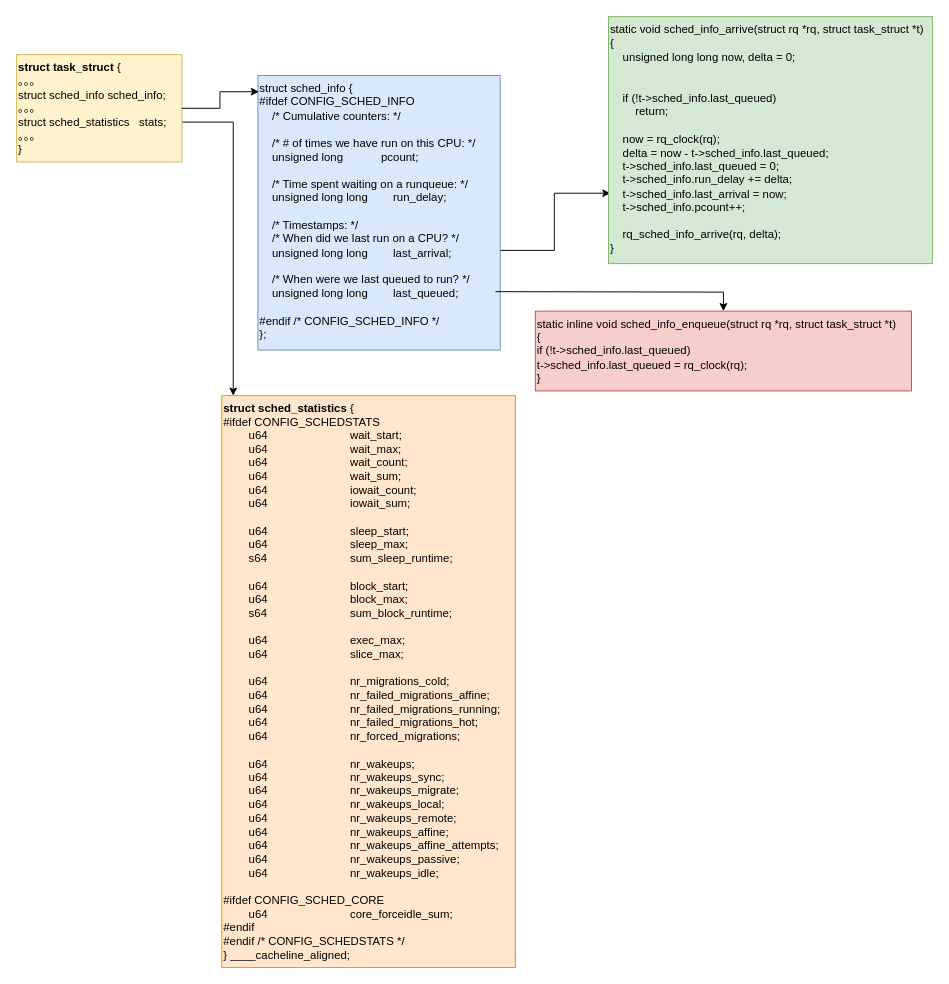
The draw.io diagram page "schedule" (3 of 5) of kernel.drawio in chentao-kernel/drawio, before the edit. Source tidied: cells renumbered, new cells numbered last; positions are measured from the earlier drawing's top-left corner, leaving out a move shared by most shapes. Both pictures are drawn from the tidied source at 95%, with x=0, y=0 at pixel (16, 16).
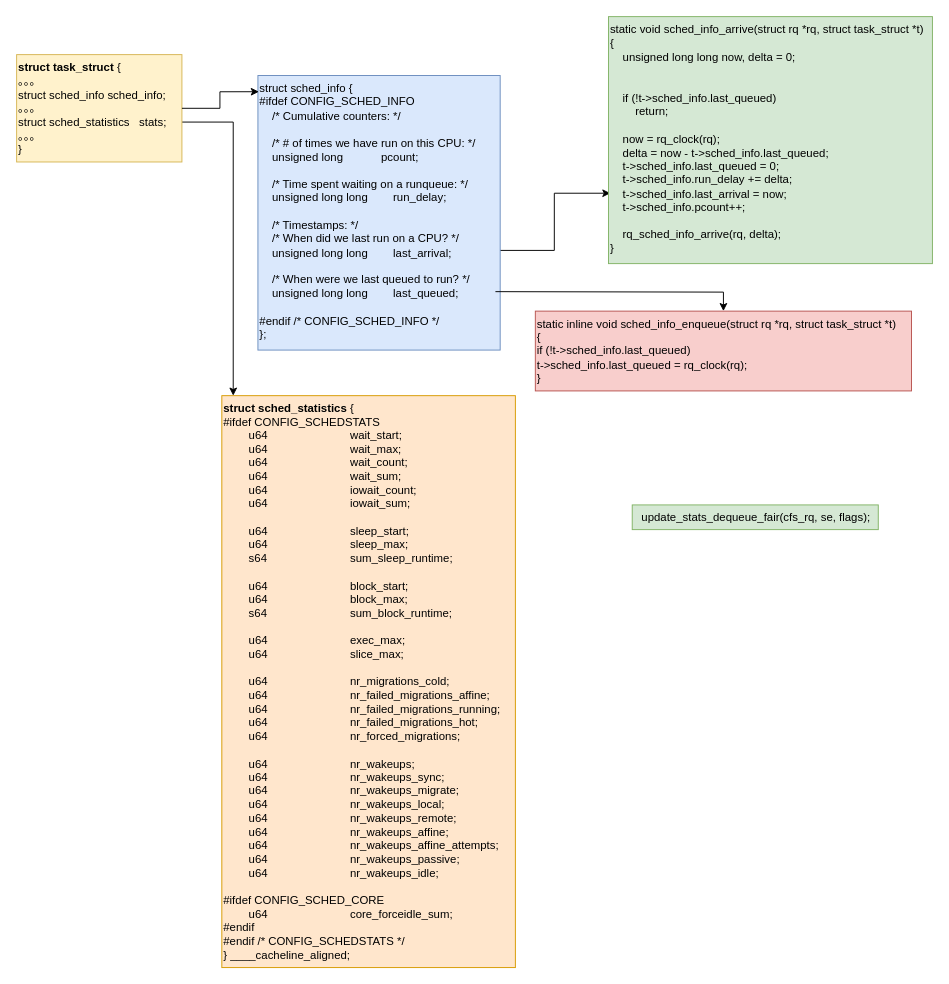
The same page after the edit.

Change to the diagram source:
```diff
@@
 <mxGraphModel>
   <root>
     <mxCell id="0" />
     <mxCell id="1" parent="0" />
     <mxCell id="2" style="edgeStyle=orthogonalEdgeStyle;rounded=0;jettySize=auto;html=1;exitX=0.992;exitY=0.637;exitDx=0;exitDy=0;exitPerimeter=0;entryX=0.006;entryY=0.715;entryDx=0;entryDy=0;entryPerimeter=0;" parent="1" edge="1" source="3" target="7">
       <mxGeometry relative="1" as="geometry" />
     </mxCell>
     <mxCell id="3" value="struct sched_info {&#10;#ifdef CONFIG_SCHED_INFO&#10;    /* Cumulative counters: */&#10;&#10;    /* # of times we have run on this CPU: */&#10;    unsigned long            pcount;&#10;&#10;    /* Time spent waiting on a runqueue: */&#10;    unsigned long long        run_delay;&#10;&#10;    /* Timestamps: */&#10;    /* When did we last run on a CPU? */&#10;    unsigned long long        last_arrival;&#10;&#10;    /* When were we last queued to run? */&#10;    unsigned long long        last_queued;&#10;&#10;#endif /* CONFIG_SCHED_INFO */&#10;};" style="text;whiteSpace=wrap;align=left;fontStyle=0;fillColor=#dae8fc;strokeColor=#6c8ebf;" parent="1" vertex="1">
       <mxGeometry x="254" y="62" width="255" height="289" as="geometry" />
     </mxCell>
     <mxCell id="4" style="edgeStyle=orthogonalEdgeStyle;rounded=0;jettySize=auto;html=1;" parent="1" edge="1" source="5" target="10">
       <mxGeometry relative="1" as="geometry">
         <Array as="points">
           <mxPoint x="228" y="111" />
         </Array>
       </mxGeometry>
     </mxCell>
     <mxCell id="5" value="&lt;b&gt;struct task_struct&lt;/b&gt; {&lt;div&gt;。。。&lt;/div&gt;&lt;div&gt;struct sched_info sched_info;&lt;br&gt;&lt;/div&gt;&lt;div&gt;。。。&lt;/div&gt;&lt;div&gt;struct sched_statistics&amp;nbsp; &amp;nbsp;stats;&lt;br&gt;&lt;/div&gt;&lt;div&gt;。。。&lt;/div&gt;&lt;div&gt;}&lt;/div&gt;" style="text;html=1;align=left;verticalAlign=middle;points=[];strokeColor=#d6b656;fillColor=#fff2cc;" parent="1" vertex="1">
       <mxGeometry y="40" width="174" height="113" as="geometry" />
     </mxCell>
     <mxCell id="6" style="edgeStyle=orthogonalEdgeStyle;rounded=0;jettySize=auto;html=1;entryX=0.004;entryY=0.059;entryDx=0;entryDy=0;entryPerimeter=0;" parent="1" edge="1" source="5" target="3">
       <mxGeometry relative="1" as="geometry" />
     </mxCell>
     <mxCell id="7" value="static void sched_info_arrive(struct rq *rq, struct task_struct *t)&#10;{&#10;    unsigned long long now, delta = 0;&#10;&#10;&#10;    if (!t-&gt;sched_info.last_queued)&#10;        return;&#10;&#10;    now = rq_clock(rq);&#10;    delta = now - t-&gt;sched_info.last_queued;&#10;    t-&gt;sched_info.last_queued = 0;&#10;    t-&gt;sched_info.run_delay += delta;&#10;    t-&gt;sched_info.last_arrival = now;&#10;    t-&gt;sched_info.pcount++;&#10;&#10;    rq_sched_info_arrive(rq, delta);&#10;}" style="text;whiteSpace=wrap;fillColor=#d5e8d4;strokeColor=#82b366;" parent="1" vertex="1">
       <mxGeometry x="623" width="341" height="260" as="geometry" />
     </mxCell>
     <mxCell id="8" value="static inline void sched_info_enqueue(struct rq *rq, struct task_struct *t)&lt;br&gt;{&lt;br&gt;&#9;if (!t-&amp;gt;sched_info.last_queued)&lt;br&gt;&#9;&#9;t-&amp;gt;sched_info.last_queued = rq_clock(rq);&lt;br&gt;}" style="text;html=1;align=left;verticalAlign=middle;points=[];strokeColor=#b85450;fillColor=#f8cecc;" parent="1" vertex="1">
       <mxGeometry x="546" y="310" width="396" height="84" as="geometry" />
     </mxCell>
     <mxCell id="9" style="edgeStyle=orthogonalEdgeStyle;rounded=0;jettySize=auto;html=1;" parent="1" edge="1" target="8">
       <mxGeometry relative="1" as="geometry">
         <mxPoint x="504" y="289.5" as="sourcePoint" />
       </mxGeometry>
     </mxCell>
     <mxCell id="10" value="&lt;div&gt;&lt;b&gt;struct sched_statistics&lt;/b&gt; {&lt;/div&gt;&lt;div&gt;#ifdef CONFIG_SCHEDSTATS&lt;/div&gt;&lt;div&gt;&lt;span style=&quot;white-space-collapse: collapse;&quot;&gt;&lt;span style=&quot;white-space-collapse: preserve;&quot;&gt;&#9;&lt;/span&gt;u64&lt;span style=&quot;white-space-collapse: preserve;&quot;&gt;&#9;&#9;&#9;&#9;&lt;/span&gt;wait_start;&lt;/span&gt;&lt;/div&gt;&lt;div&gt;&lt;span style=&quot;white-space-collapse: collapse;&quot;&gt;&lt;span style=&quot;white-space-collapse: preserve;&quot;&gt;&#9;&lt;/span&gt;u64&lt;span style=&quot;white-space-collapse: preserve;&quot;&gt;&#9;&#9;&#9;&#9;&lt;/span&gt;wait_max;&lt;/span&gt;&lt;/div&gt;&lt;div&gt;&lt;span style=&quot;white-space-collapse: collapse;&quot;&gt;&lt;span style=&quot;white-space-collapse: preserve;&quot;&gt;&#9;&lt;/span&gt;u64&lt;span style=&quot;white-space-collapse: preserve;&quot;&gt;&#9;&#9;&#9;&#9;&lt;/span&gt;wait_count;&lt;/span&gt;&lt;/div&gt;&lt;div&gt;&lt;span style=&quot;white-space-collapse: collapse;&quot;&gt;&lt;span style=&quot;white-space-collapse: preserve;&quot;&gt;&#9;&lt;/span&gt;u64&lt;span style=&quot;white-space-collapse: preserve;&quot;&gt;&#9;&#9;&#9;&#9;&lt;/span&gt;wait_sum;&lt;/span&gt;&lt;/div&gt;&lt;div&gt;&lt;span style=&quot;white-space-collapse: collapse;&quot;&gt;&lt;span style=&quot;white-space-collapse: preserve;&quot;&gt;&#9;&lt;/span&gt;u64&lt;span style=&quot;white-space-collapse: preserve;&quot;&gt;&#9;&#9;&#9;&#9;&lt;/span&gt;iowait_count;&lt;/span&gt;&lt;/div&gt;&lt;div&gt;&lt;span style=&quot;white-space-collapse: collapse;&quot;&gt;&lt;span style=&quot;white-space-collapse: preserve;&quot;&gt;&#9;&lt;/span&gt;u64&lt;span style=&quot;white-space-collapse: preserve;&quot;&gt;&#9;&#9;&#9;&#9;&lt;/span&gt;iowait_sum;&lt;/span&gt;&lt;/div&gt;&lt;div&gt;&lt;br&gt;&lt;/div&gt;&lt;div&gt;&lt;span style=&quot;white-space-collapse: collapse;&quot;&gt;&lt;span style=&quot;white-space-collapse: preserve;&quot;&gt;&#9;&lt;/span&gt;u64&lt;span style=&quot;white-space-collapse: preserve;&quot;&gt;&#9;&#9;&#9;&#9;&lt;/span&gt;sleep_start;&lt;/span&gt;&lt;/div&gt;&lt;div&gt;&lt;span style=&quot;white-space-collapse: collapse;&quot;&gt;&lt;span style=&quot;white-space-collapse: preserve;&quot;&gt;&#9;&lt;/span&gt;u64&lt;span style=&quot;white-space-collapse: preserve;&quot;&gt;&#9;&#9;&#9;&#9;&lt;/span&gt;sleep_max;&lt;/span&gt;&lt;/div&gt;&lt;div&gt;&lt;span style=&quot;white-space-collapse: collapse;&quot;&gt;&lt;span style=&quot;white-space-collapse: preserve;&quot;&gt;&#9;&lt;/span&gt;s64&lt;span style=&quot;white-space-collapse: preserve;&quot;&gt;&#9;&#9;&#9;&#9;&lt;/span&gt;sum_sleep_runtime;&lt;/span&gt;&lt;/div&gt;&lt;div&gt;&lt;br&gt;&lt;/div&gt;&lt;div&gt;&lt;span style=&quot;white-space-collapse: collapse;&quot;&gt;&lt;span style=&quot;white-space-collapse: preserve;&quot;&gt;&#9;&lt;/span&gt;u64&lt;span style=&quot;white-space-collapse: preserve;&quot;&gt;&#9;&#9;&#9;&#9;&lt;/span&gt;block_start;&lt;/span&gt;&lt;/div&gt;&lt;div&gt;&lt;span style=&quot;white-space-collapse: collapse;&quot;&gt;&lt;span style=&quot;white-space-collapse: preserve;&quot;&gt;&#9;&lt;/span&gt;u64&lt;span style=&quot;white-space-collapse: preserve;&quot;&gt;&#9;&#9;&#9;&#9;&lt;/span&gt;block_max;&lt;/span&gt;&lt;/div&gt;&lt;div&gt;&lt;span style=&quot;white-space-collapse: collapse;&quot;&gt;&lt;span style=&quot;white-space-collapse: preserve;&quot;&gt;&#9;&lt;/span&gt;s64&lt;span style=&quot;white-space-collapse: preserve;&quot;&gt;&#9;&#9;&#9;&#9;&lt;/span&gt;sum_block_runtime;&lt;/span&gt;&lt;/div&gt;&lt;div&gt;&lt;br&gt;&lt;/div&gt;&lt;div&gt;&lt;span style=&quot;white-space-collapse: collapse;&quot;&gt;&lt;span style=&quot;white-space-collapse: preserve;&quot;&gt;&#9;&lt;/span&gt;u64&lt;span style=&quot;white-space-collapse: preserve;&quot;&gt;&#9;&#9;&#9;&#9;&lt;/span&gt;exec_max;&lt;/span&gt;&lt;/div&gt;&lt;div&gt;&lt;span style=&quot;white-space-collapse: collapse;&quot;&gt;&lt;span style=&quot;white-space-collapse: preserve;&quot;&gt;&#9;&lt;/span&gt;u64&lt;span style=&quot;white-space-collapse: preserve;&quot;&gt;&#9;&#9;&#9;&#9;&lt;/span&gt;slice_max;&lt;/span&gt;&lt;/div&gt;&lt;div&gt;&lt;br&gt;&lt;/div&gt;&lt;div&gt;&lt;span style=&quot;white-space-collapse: collapse;&quot;&gt;&lt;span style=&quot;white-space-collapse: preserve;&quot;&gt;&#9;&lt;/span&gt;u64&lt;span style=&quot;white-space-collapse: preserve;&quot;&gt;&#9;&#9;&#9;&#9;&lt;/span&gt;nr_migrations_cold;&lt;/span&gt;&lt;/div&gt;&lt;div&gt;&lt;span style=&quot;white-space-collapse: collapse;&quot;&gt;&lt;span style=&quot;white-space-collapse: preserve;&quot;&gt;&#9;&lt;/span&gt;u64&lt;span style=&quot;white-space-collapse: preserve;&quot;&gt;&#9;&#9;&#9;&#9;&lt;/span&gt;nr_failed_migrations_affine;&lt;/span&gt;&lt;/div&gt;&lt;div&gt;&lt;span style=&quot;white-space-collapse: collapse;&quot;&gt;&lt;span style=&quot;white-space-collapse: preserve;&quot;&gt;&#9;&lt;/span&gt;u64&lt;span style=&quot;white-space-collapse: preserve;&quot;&gt;&#9;&#9;&#9;&#9;&lt;/span&gt;nr_failed_migrations_running;&lt;/span&gt;&lt;/div&gt;&lt;div&gt;&lt;span style=&quot;white-space-collapse: collapse;&quot;&gt;&lt;span style=&quot;white-space-collapse: preserve;&quot;&gt;&#9;&lt;/span&gt;u64&lt;span style=&quot;white-space-collapse: preserve;&quot;&gt;&#9;&#9;&#9;&#9;&lt;/span&gt;nr_failed_migrations_hot;&lt;/span&gt;&lt;/div&gt;&lt;div&gt;&lt;span style=&quot;white-space-collapse: collapse;&quot;&gt;&lt;span style=&quot;white-space-collapse: preserve;&quot;&gt;&#9;&lt;/span&gt;u64&lt;span style=&quot;white-space-collapse: preserve;&quot;&gt;&#9;&#9;&#9;&#9;&lt;/span&gt;nr_forced_migrations;&lt;/span&gt;&lt;/div&gt;&lt;div&gt;&lt;br&gt;&lt;/div&gt;&lt;div&gt;&lt;span style=&quot;white-space-collapse: collapse;&quot;&gt;&lt;span style=&quot;white-space-collapse: preserve;&quot;&gt;&#9;&lt;/span&gt;u64&lt;span style=&quot;white-space-collapse: preserve;&quot;&gt;&#9;&#9;&#9;&#9;&lt;/span&gt;nr_wakeups;&lt;/span&gt;&lt;/div&gt;&lt;div&gt;&lt;span style=&quot;white-space-collapse: collapse;&quot;&gt;&lt;span style=&quot;white-space-collapse: preserve;&quot;&gt;&#9;&lt;/span&gt;u64&lt;span style=&quot;white-space-collapse: preserve;&quot;&gt;&#9;&#9;&#9;&#9;&lt;/span&gt;nr_wakeups_sync;&lt;/span&gt;&lt;/div&gt;&lt;div&gt;&lt;span style=&quot;white-space-collapse: collapse;&quot;&gt;&lt;span style=&quot;white-space-collapse: preserve;&quot;&gt;&#9;&lt;/span&gt;u64&lt;span style=&quot;white-space-collapse: preserve;&quot;&gt;&#9;&#9;&#9;&#9;&lt;/span&gt;nr_wakeups_migrate;&lt;/span&gt;&lt;/div&gt;&lt;div&gt;&lt;span style=&quot;white-space-collapse: collapse;&quot;&gt;&lt;span style=&quot;white-space-collapse: preserve;&quot;&gt;&#9;&lt;/span&gt;u64&lt;span style=&quot;white-space-collapse: preserve;&quot;&gt;&#9;&#9;&#9;&#9;&lt;/span&gt;nr_wakeups_local;&lt;/span&gt;&lt;/div&gt;&lt;div&gt;&lt;span style=&quot;white-space-collapse: collapse;&quot;&gt;&lt;span style=&quot;white-space-collapse: preserve;&quot;&gt;&#9;&lt;/span&gt;u64&lt;span style=&quot;white-space-collapse: preserve;&quot;&gt;&#9;&#9;&#9;&#9;&lt;/span&gt;nr_wakeups_remote;&lt;/span&gt;&lt;/div&gt;&lt;div&gt;&lt;span style=&quot;white-space-collapse: collapse;&quot;&gt;&lt;span style=&quot;white-space-collapse: preserve;&quot;&gt;&#9;&lt;/span&gt;u64&lt;span style=&quot;white-space-collapse: preserve;&quot;&gt;&#9;&#9;&#9;&#9;&lt;/span&gt;nr_wakeups_affine;&lt;/span&gt;&lt;/div&gt;&lt;div&gt;&lt;span style=&quot;white-space-collapse: collapse;&quot;&gt;&lt;span style=&quot;white-space-collapse: preserve;&quot;&gt;&#9;&lt;/span&gt;u64&lt;span style=&quot;white-space-collapse: preserve;&quot;&gt;&#9;&#9;&#9;&#9;&lt;/span&gt;nr_wakeups_affine_attempts;&lt;/span&gt;&lt;/div&gt;&lt;div&gt;&lt;span style=&quot;white-space-collapse: collapse;&quot;&gt;&lt;span style=&quot;white-space-collapse: preserve;&quot;&gt;&#9;&lt;/span&gt;u64&lt;span style=&quot;white-space-collapse: preserve;&quot;&gt;&#9;&#9;&#9;&#9;&lt;/span&gt;nr_wakeups_passive;&lt;/span&gt;&lt;/div&gt;&lt;div&gt;&lt;span style=&quot;white-space-collapse: collapse;&quot;&gt;&lt;span style=&quot;white-space-collapse: preserve;&quot;&gt;&#9;&lt;/span&gt;u64&lt;span style=&quot;white-space-collapse: preserve;&quot;&gt;&#9;&#9;&#9;&#9;&lt;/span&gt;nr_wakeups_idle;&lt;/span&gt;&lt;/div&gt;&lt;div&gt;&lt;br&gt;&lt;/div&gt;&lt;div&gt;#ifdef CONFIG_SCHED_CORE&lt;/div&gt;&lt;div&gt;&lt;span style=&quot;white-space-collapse: collapse;&quot;&gt;&lt;span style=&quot;white-space-collapse: preserve;&quot;&gt;&#9;&lt;/span&gt;u64&lt;span style=&quot;white-space-collapse: preserve;&quot;&gt;&#9;&#9;&#9;&#9;&lt;/span&gt;core_forceidle_sum;&lt;/span&gt;&lt;/div&gt;&lt;div&gt;#endif&lt;/div&gt;&lt;div&gt;#endif /* CONFIG_SCHEDSTATS */&lt;/div&gt;&lt;div&gt;} ____cacheline_aligned;&lt;/div&gt;" style="text;html=1;align=left;verticalAlign=middle;points=[];strokeColor=#d79b00;fillColor=#ffe6cc;" parent="1" vertex="1">
       <mxGeometry x="216" y="399" width="309" height="602" as="geometry" />
     </mxCell>
+    <mxCell id="11" value="update_stats_dequeue_fair(cfs_rq, se, flags);" style="text;html=1;align=center;verticalAlign=middle;strokeColor=#82b366;fillColor=#d5e8d4;" parent="1" vertex="1">
+      <mxGeometry x="648" y="514" width="259" height="26" as="geometry" />
+    </mxCell>
   </root>
 </mxGraphModel>
```
